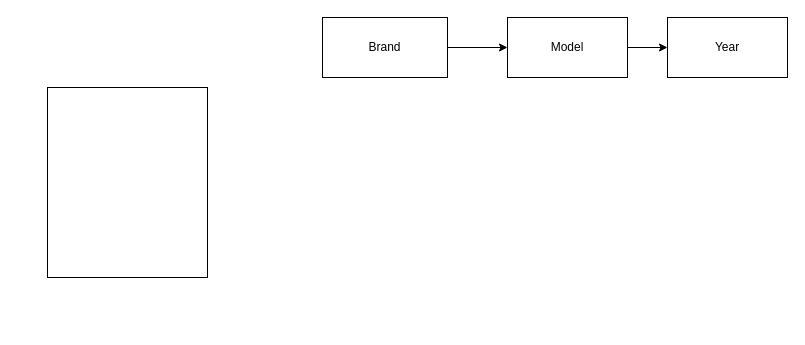
Before: seller-process.drawio in parth206/Folder1, a draw.io diagram. Source tidied: cells renumbered, new cells numbered last; positions are measured from the earlier drawing's top-left corner, leaving out a move shared by most shapes. Both pictures are drawn from the tidied source at 100%, with x=0, y=0 at pixel (47, 17).
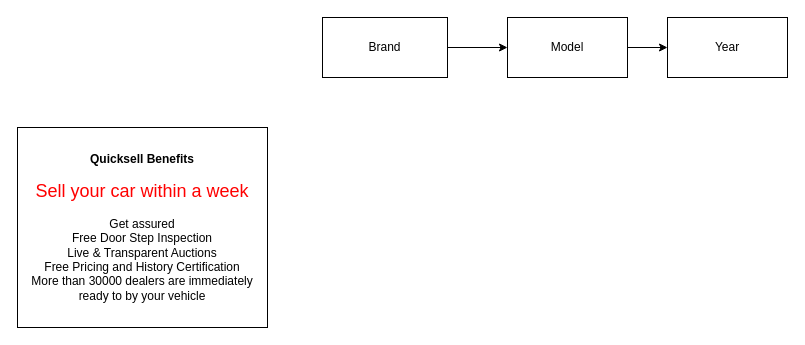
After the change.

Diff of the diagram source:
```diff
@@
 <mxGraphModel>
   <root>
     <mxCell id="0" />
     <mxCell id="1" parent="0" />
     <mxCell id="2" style="edgeStyle=orthogonalEdgeStyle;rounded=0;jettySize=auto;html=1;exitX=1;exitY=0.5;exitDx=0;exitDy=0;" parent="1" edge="1" source="3" target="5">
       <mxGeometry relative="1" as="geometry" />
     </mxCell>
     <mxCell id="3" value="Brand" style="rounded=0;whiteSpace=wrap;html=1;" parent="1" vertex="1">
       <mxGeometry x="275" width="125" height="60" as="geometry" />
     </mxCell>
     <mxCell id="4" style="edgeStyle=orthogonalEdgeStyle;rounded=0;jettySize=auto;html=1;exitX=1;exitY=0.5;exitDx=0;exitDy=0;entryX=0;entryY=0.5;entryDx=0;entryDy=0;" parent="1" edge="1" source="5" target="6">
       <mxGeometry relative="1" as="geometry" />
     </mxCell>
     <mxCell id="5" value="Model" style="rounded=0;whiteSpace=wrap;html=1;" parent="1" vertex="1">
       <mxGeometry x="460" width="120" height="60" as="geometry" />
     </mxCell>
     <mxCell id="6" value="Year" style="rounded=0;whiteSpace=wrap;html=1;" parent="1" vertex="1">
       <mxGeometry x="620" width="120" height="60" as="geometry" />
     </mxCell>
-    <mxCell id="7" style="rounded=0;whiteSpace=wrap;html=1;" parent="1" vertex="1">
-      <mxGeometry y="70" width="160" height="190" as="geometry" />
+    <mxCell id="7" value="&lt;div&gt;&lt;b&gt;&lt;font style=&quot;font-size: 12px&quot;&gt;Quicksell Benefits&lt;/font&gt;&lt;/b&gt;&lt;/div&gt;&lt;div&gt;&lt;br&gt;&lt;/div&gt;&lt;div&gt;&lt;font color=&quot;#ff0000&quot; style=&quot;font-size: 18px&quot;&gt;Sell your car within a week&lt;/font&gt;&lt;/div&gt;&lt;div&gt;&lt;span&gt;&lt;br&gt;&lt;/span&gt;&lt;/div&gt;&lt;div&gt;&lt;span&gt;Get assured&lt;/span&gt;&lt;br&gt;&lt;/div&gt;&lt;div&gt;Free Door Step Inspection&lt;/div&gt;&lt;div&gt;Live &amp;amp; Transparent Auctions&lt;/div&gt;&lt;div&gt;Free Pricing and History Certification&lt;/div&gt;&lt;div&gt;More than 30000 dealers are immediately ready to by your vehicle&lt;/div&gt;" style="rounded=0;whiteSpace=wrap;html=1;" parent="1" vertex="1">
+      <mxGeometry x="-30" y="110" width="250" height="200" as="geometry" />
     </mxCell>
   </root>
 </mxGraphModel>
```
